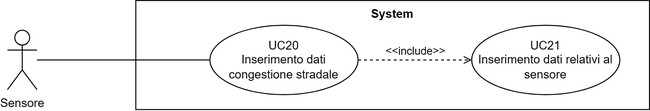
The draw.io diagram src/3_PB/AnalisiDeiRequisiti/assets/UML/UC20_Inserimento-dati-congestione-stradale.png in SWATEngineering/Docs, before a commit. Source tidied: cells renumbered, new cells last; positions are measured from the earlier drawing's top-left corner, leaving out a move shared by most shapes. Source of this version:
```xml
<mxGraphModel>
  <root>
    <mxCell id="0" />
    <mxCell id="1" parent="0" />
    <mxCell id="2" value="Sensore" style="shape=umlActor;verticalLabelPosition=bottom;verticalAlign=top;html=1;outlineConnect=0;" parent="1" vertex="1">
      <mxGeometry y="30" width="30" height="60" as="geometry" />
    </mxCell>
    <mxCell id="3" value="System" style="shape=rect;html=1;verticalAlign=top;fontStyle=1;whiteSpace=wrap;align=center;" parent="1" vertex="1">
      <mxGeometry x="130" width="520" height="110" as="geometry" />
    </mxCell>
    <mxCell id="4" value="UC20&lt;br&gt;Inserimento dati congestione stradale" style="ellipse;whiteSpace=wrap;html=1;" parent="1" vertex="1">
      <mxGeometry x="205" y="25" width="150" height="70" as="geometry" />
    </mxCell>
    <mxCell id="5" style="edgeStyle=none;html=1;endArrow=none;verticalAlign=bottom;rounded=0;" parent="1" edge="1" source="2" target="4">
      <mxGeometry relative="1" as="geometry" />
    </mxCell>
    <mxCell id="6" value="UC21&lt;br&gt;Inserimento dati relativi al sensore" style="ellipse;whiteSpace=wrap;html=1;" parent="1" vertex="1">
      <mxGeometry x="470" y="25" width="150" height="70" as="geometry" />
    </mxCell>
    <mxCell id="7" value="&amp;lt;&amp;lt;include&amp;gt;&amp;gt;" style="edgeStyle=none;html=1;endArrow=open;verticalAlign=bottom;dashed=1;labelBackgroundColor=none;rounded=0;" parent="1" edge="1" source="4" target="6">
      <mxGeometry relative="1" as="geometry" />
    </mxCell>
  </root>
</mxGraphModel>
```
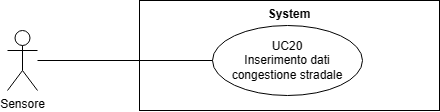
Above is the later version.

Diff of the diagram source:
```diff
@@ -2,23 +2,17 @@
   <root>
     <mxCell id="0" />
     <mxCell id="1" parent="0" />
-    <mxCell id="2" value="Sensore" style="shape=umlActor;verticalLabelPosition=bottom;verticalAlign=top;html=1;outlineConnect=0;" parent="1" vertex="1">
-      <mxGeometry y="30" width="30" height="60" as="geometry" />
+    <mxCell id="2" value="System" style="shape=rect;html=1;verticalAlign=top;fontStyle=1;whiteSpace=wrap;align=center;" parent="1" vertex="1">
+      <mxGeometry x="132" y="325" width="300" height="110" as="geometry" />
     </mxCell>
-    <mxCell id="3" value="System" style="shape=rect;html=1;verticalAlign=top;fontStyle=1;whiteSpace=wrap;align=center;" parent="1" vertex="1">
-      <mxGeometry x="130" width="520" height="110" as="geometry" />
+    <mxCell id="3" value="Sensore" style="shape=umlActor;verticalLabelPosition=bottom;verticalAlign=top;html=1;outlineConnect=0;" parent="1" vertex="1">
+      <mxGeometry y="355" width="30" height="60" as="geometry" />
     </mxCell>
     <mxCell id="4" value="UC20&lt;br&gt;Inserimento dati congestione stradale" style="ellipse;whiteSpace=wrap;html=1;" parent="1" vertex="1">
-      <mxGeometry x="205" y="25" width="150" height="70" as="geometry" />
+      <mxGeometry x="205" y="350" width="150" height="70" as="geometry" />
     </mxCell>
-    <mxCell id="5" style="edgeStyle=none;html=1;endArrow=none;verticalAlign=bottom;rounded=0;" parent="1" edge="1" source="2" target="4">
+    <mxCell id="5" style="edgeStyle=none;html=1;endArrow=none;verticalAlign=bottom;rounded=0;" parent="1" edge="1" source="3" target="4">
       <mxGeometry relative="1" as="geometry" />
     </mxCell>
-    <mxCell id="6" value="UC21&lt;br&gt;Inserimento dati relativi al sensore" style="ellipse;whiteSpace=wrap;html=1;" parent="1" vertex="1">
-      <mxGeometry x="470" y="25" width="150" height="70" as="geometry" />
-    </mxCell>
-    <mxCell id="7" value="&amp;lt;&amp;lt;include&amp;gt;&amp;gt;" style="edgeStyle=none;html=1;endArrow=open;verticalAlign=bottom;dashed=1;labelBackgroundColor=none;rounded=0;" parent="1" edge="1" source="4" target="6">
-      <mxGeometry relative="1" as="geometry" />
-    </mxCell>
   </root>
 </mxGraphModel>
```
